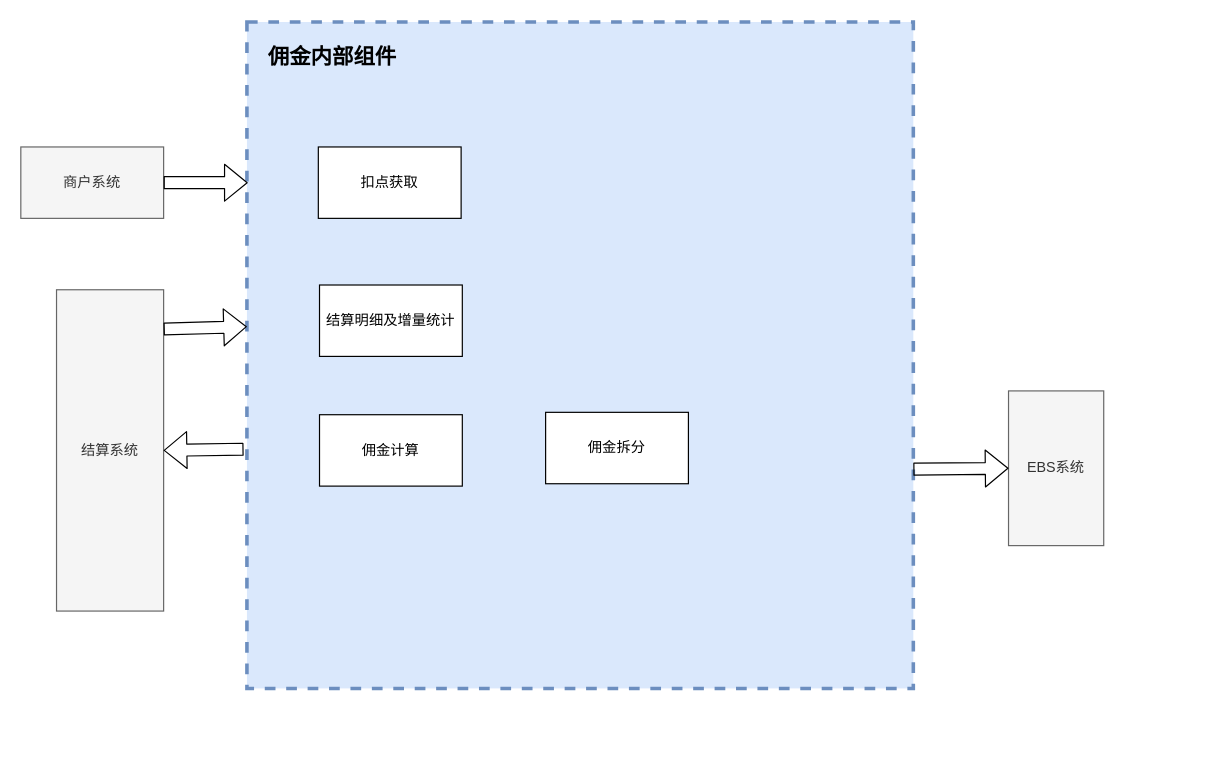
The draw.io diagram Untitled Diagram.drawio in baiymfkese/doc, before the edit. Source tidied: cells renumbered, new cells numbered last; positions are measured from the earlier drawing's top-left corner, leaving out a move shared by most shapes. Both pictures are drawn from the tidied source at 119%, with x=0, y=0 at pixel (20, 21).
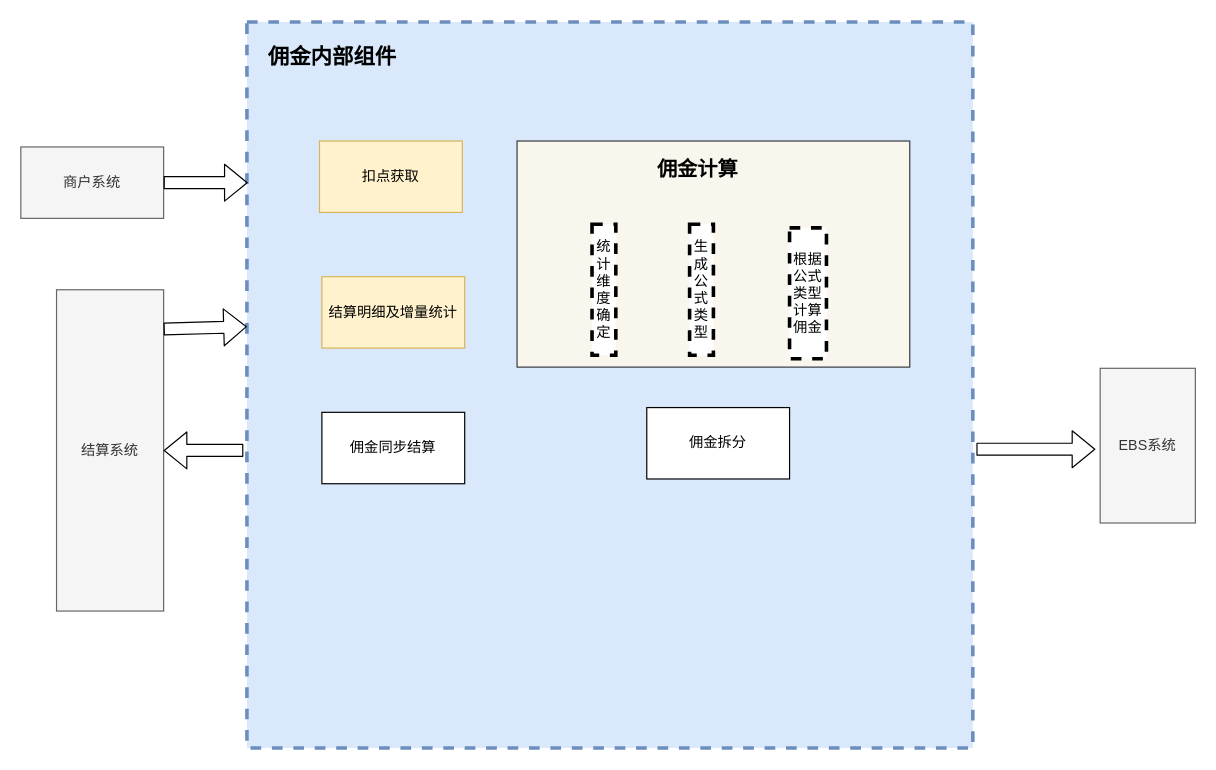
After the change.

Unchanged cells that the change refers to:
```xml
<mxCell id="5" value="结算系统" style="rounded=0;whiteSpace=wrap;html=1;fillColor=#f5f5f5;strokeColor=#666666;fontColor=#333333;" parent="1" vertex="1">
  <mxGeometry x="30" y="225" width="90" height="270" as="geometry" />
</mxCell>
```

What changed in the source:
```diff
@@
     <mxCell id="2" style="whiteSpace=wrap;html=1;fillColor=#dae8fc;strokeColor=#6c8ebf;dashed=1;strokeWidth=3;" parent="1" vertex="1">
-      <mxGeometry x="190" width="560" height="560" as="geometry" />
+      <mxGeometry x="190" width="610" height="610" as="geometry" />
     </mxCell>
@@
     <mxCell id="6" value="EBS系统" style="rounded=0;whiteSpace=wrap;html=1;fillColor=#f5f5f5;strokeColor=#666666;fontColor=#333333;" parent="1" vertex="1">
-      <mxGeometry x="830" y="310" width="80" height="130" as="geometry" />
+      <mxGeometry x="907" y="291" width="80" height="130" as="geometry" />
     </mxCell>
-    <mxCell id="7" value="扣点获取" style="rounded=0;whiteSpace=wrap;html=1;" parent="1" vertex="1">
-      <mxGeometry x="250" y="105" width="120" height="60" as="geometry" />
+    <mxCell id="7" value="扣点获取" style="rounded=0;whiteSpace=wrap;html=1;fillColor=#fff2cc;strokeColor=#d6b656;" parent="1" vertex="1">
+      <mxGeometry x="251" y="100" width="120" height="60" as="geometry" />
     </mxCell>
-    <mxCell id="8" value="结算明细及增量统计" style="rounded=0;whiteSpace=wrap;html=1;" parent="1" vertex="1">
-      <mxGeometry x="251" y="221" width="120" height="60" as="geometry" />
+    <mxCell id="8" value="结算明细及增量统计" style="rounded=0;whiteSpace=wrap;html=1;fillColor=#fff2cc;strokeColor=#d6b656;" parent="1" vertex="1">
+      <mxGeometry x="253" y="214" width="120" height="60" as="geometry" />
     </mxCell>
-    <mxCell id="9" value="佣金计算" style="rounded=0;whiteSpace=wrap;html=1;" parent="1" vertex="1">
-      <mxGeometry x="251" y="330" width="120" height="60" as="geometry" />
+    <mxCell id="9" style="rounded=0;whiteSpace=wrap;html=1;fillColor=#f9f7ed;strokeColor=#36393d;" parent="1" vertex="1">
+      <mxGeometry x="417" y="100" width="330" height="190" as="geometry" />
     </mxCell>
-    <mxCell id="10" style="shape=flexArrow;endArrow=classic;html=1;exitX=-0.005;exitY=0.641;exitDx=0;exitDy=0;exitPerimeter=0;entryX=1;entryY=0.5;entryDx=0;entryDy=0;" parent="1" edge="1" source="2" target="5">
-      <mxGeometry relative="1" as="geometry" />
+    <mxCell id="10" style="shape=flexArrow;endArrow=classic;html=1;entryX=1;entryY=0.5;entryDx=0;entryDy=0;" parent="1" edge="1" target="5">
+      <mxGeometry relative="1" as="geometry">
+        <mxPoint x="187" y="360" as="sourcePoint" />
+      </mxGeometry>
     </mxCell>
@@
     <mxCell id="13" value="佣金拆分" style="rounded=0;whiteSpace=wrap;html=1;" parent="1" vertex="1">
-      <mxGeometry x="441" y="328" width="120" height="60" as="geometry" />
+      <mxGeometry x="526" y="324" width="120" height="60" as="geometry" />
     </mxCell>
-    <mxCell id="14" style="shape=flexArrow;endArrow=classic;html=1;entryX=0;entryY=0.5;entryDx=0;entryDy=0;exitX=1;exitY=0.671;exitDx=0;exitDy=0;exitPerimeter=0;" parent="1" edge="1" source="2" target="6">
-      <mxGeometry relative="1" as="geometry" />
+    <mxCell id="14" style="shape=flexArrow;endArrow=classic;html=1;entryX=0;entryY=0.5;entryDx=0;entryDy=0;" parent="1" edge="1">
+      <mxGeometry relative="1" as="geometry">
+        <mxPoint x="803" y="359" as="sourcePoint" />
+        <mxPoint x="903" y="359" as="targetPoint" />
+      </mxGeometry>
     </mxCell>
+    <mxCell id="15" value="&lt;font style=&quot;font-size: 17px&quot;&gt;&lt;b&gt;佣金计算&lt;/b&gt;&lt;/font&gt;" style="text;html=1;strokeColor=none;fillColor=none;align=center;verticalAlign=middle;whiteSpace=wrap;rounded=0;dashed=1;" parent="1" vertex="1">
+      <mxGeometry x="530" y="115" width="78" height="20" as="geometry" />
+    </mxCell>
+    <mxCell id="16" value="统计维度确定" style="rounded=0;whiteSpace=wrap;html=1;dashed=1;strokeWidth=3;" parent="1" vertex="1">
+      <mxGeometry x="480" y="170" width="20" height="110" as="geometry" />
+    </mxCell>
+    <mxCell id="17" value="生成公式类型" style="rounded=0;whiteSpace=wrap;html=1;dashed=1;strokeWidth=3;" parent="1" vertex="1">
+      <mxGeometry x="562" y="170" width="20" height="110" as="geometry" />
+    </mxCell>
+    <mxCell id="18" value="根据公式类型计算佣金" style="rounded=0;whiteSpace=wrap;html=1;dashed=1;strokeWidth=3;" parent="1" vertex="1">
+      <mxGeometry x="646" y="173" width="31" height="110" as="geometry" />
+    </mxCell>
+    <mxCell id="19" value="佣金同步结算" style="rounded=0;whiteSpace=wrap;html=1;" parent="1" vertex="1">
+      <mxGeometry x="253" y="328" width="120" height="60" as="geometry" />
+    </mxCell>
```
